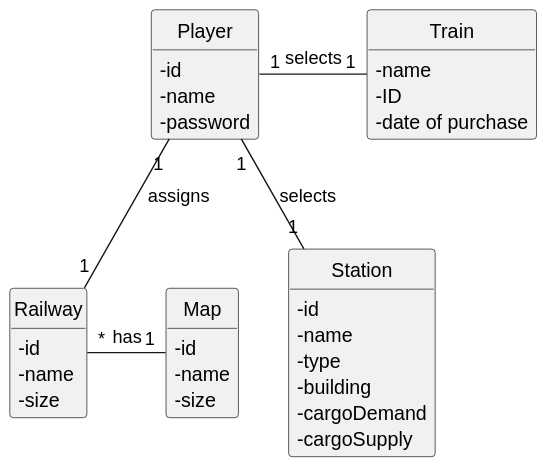
ivasduarte/all-aboard keeps this PlantUML diagram as docs/sprint1/us010/02.analysis/svg/us010-domain-model.svg. Above is the earlier version.
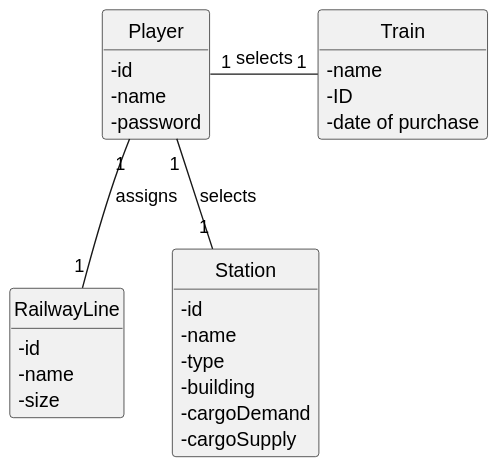
After the change.

Commit message:
US010(docs): Updated domain model

What changed in the source:
```diff
@@ -10,13 +10,7 @@
 hide methods
 
 
-class Map {
-    - id
-    - name
-    - size
-}
-
-class Railway{
+class RailwayLine{
     - id
     - name
     - size
@@ -46,6 +40,5 @@
 Player "1" - "1" Train : selects
 Player "1" -- "1" Station : selects
 
-Map "1" - "*" Railway : has
-Player "1" -- "1" Railway : assigns
+Player "1" -- "1" RailwayLine : assigns
 @enduml
```
